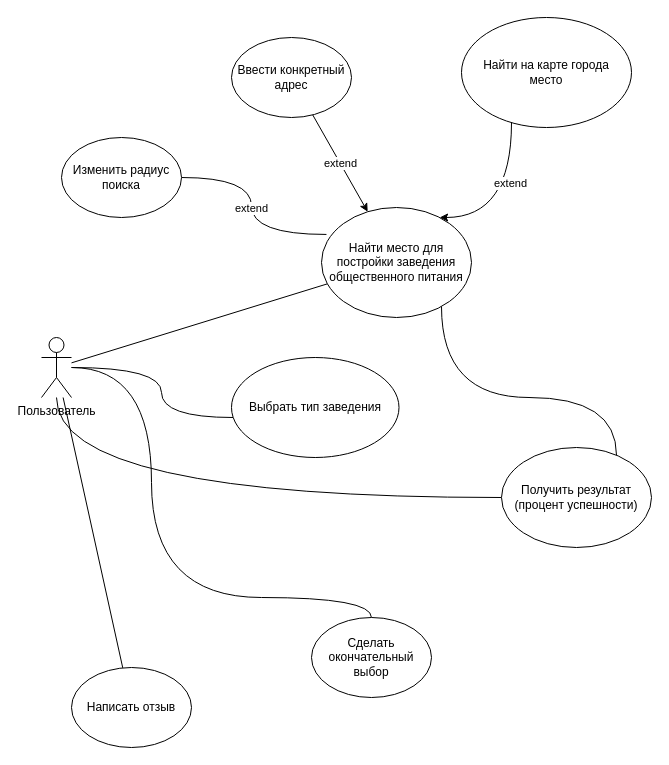
Above: use case.drawio in elmirhismatov/Diplom (draw.io), before the change. Source tidied: cells renumbered, new cells numbered last; positions are measured from the earlier drawing's top-left corner, leaving out a move shared by most shapes. Both pictures are drawn from the tidied source at 100%, with x=0, y=0 at pixel (41, 17).
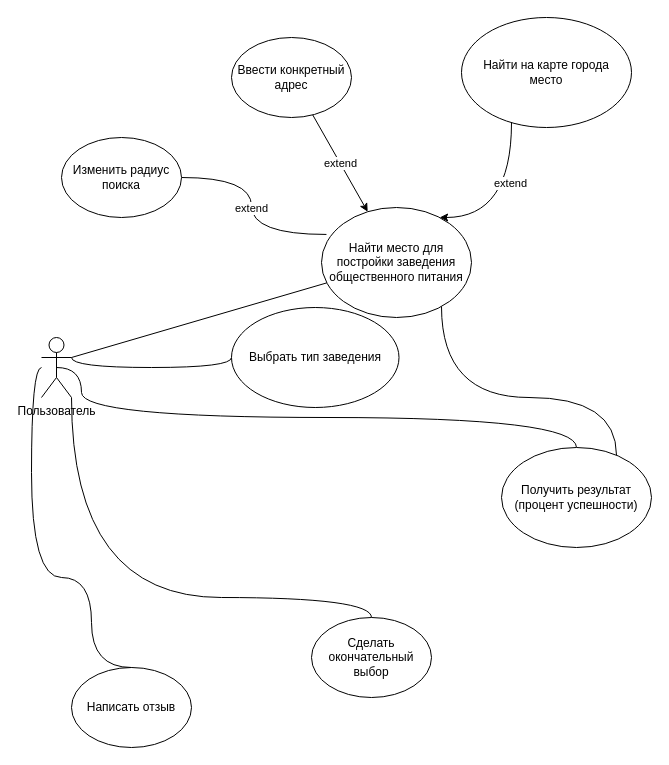
After the change.

The change refers to these unchanged cells:
```xml
<mxCell id="4" value="Пользователь" style="shape=umlActor;verticalLabelPosition=bottom;verticalAlign=top;html=1;outlineConnect=0;" parent="1" vertex="1">
  <mxGeometry y="320" width="30" height="60" as="geometry" />
</mxCell>
<mxCell id="9" value="Найти место для постройки заведения общественного питания" style="ellipse;whiteSpace=wrap;html=1;" parent="1" vertex="1">
  <mxGeometry x="280" y="190" width="150" height="110" as="geometry" />
</mxCell>
<mxCell id="14" value="Получить результат &lt;br&gt;(процент успешности)" style="ellipse;whiteSpace=wrap;html=1;" parent="1" vertex="1">
  <mxGeometry x="460" y="430" width="150" height="100" as="geometry" />
</mxCell>
<mxCell id="15" value="Сделать окончательный выбор" style="ellipse;whiteSpace=wrap;html=1;" parent="1" vertex="1">
  <mxGeometry x="270" y="600" width="120" height="80" as="geometry" />
</mxCell>
<mxCell id="17" value="Написать отзыв" style="ellipse;whiteSpace=wrap;html=1;" parent="1" vertex="1">
  <mxGeometry x="30" y="650" width="120" height="80" as="geometry" />
</mxCell>
```

Diff of the diagram source:
```diff
@@
-    <mxCell id="2" style="edgeStyle=orthogonalEdgeStyle;curved=1;rounded=0;jettySize=auto;html=1;endArrow=none;endFill=0;" parent="1" edge="1" source="4" target="6">
+    <mxCell id="2" style="edgeStyle=orthogonalEdgeStyle;curved=1;rounded=0;jettySize=auto;html=1;endArrow=none;endFill=0;entryX=0;entryY=0.5;entryDx=0;entryDy=0;" parent="1" edge="1" target="6">
       <mxGeometry relative="1" as="geometry">
+        <mxPoint x="30" y="340" as="sourcePoint" />
         <Array as="points">
-          <mxPoint x="120" y="350" />
-          <mxPoint x="120" y="400" />
+          <mxPoint x="190" y="350" />
         </Array>
       </mxGeometry>
     </mxCell>
-    <mxCell id="3" style="edgeStyle=orthogonalEdgeStyle;curved=1;rounded=0;jettySize=auto;html=1;endArrow=none;endFill=0;" parent="1" edge="1" source="4" target="15">
+    <mxCell id="3" style="edgeStyle=orthogonalEdgeStyle;curved=1;rounded=0;jettySize=auto;html=1;endArrow=none;endFill=0;exitX=1;exitY=1;exitDx=0;exitDy=0;exitPerimeter=0;" parent="1" edge="1" source="4" target="15">
       <mxGeometry relative="1" as="geometry">
         <Array as="points">
-          <mxPoint x="110" y="350" />
-          <mxPoint x="110" y="580" />
+          <mxPoint x="30" y="580" />
+          <mxPoint x="330" y="580" />
         </Array>
       </mxGeometry>
     </mxCell>
@@
     <mxCell id="6" value="Выбрать тип заведения" style="ellipse;whiteSpace=wrap;html=1;" parent="1" vertex="1">
-      <mxGeometry x="190" y="340" width="167.5" height="100" as="geometry" />
+      <mxGeometry x="190" y="290" width="167.5" height="100" as="geometry" />
     </mxCell>
@@
-    <mxCell id="13" style="edgeStyle=orthogonalEdgeStyle;curved=1;rounded=0;jettySize=auto;html=1;endArrow=none;endFill=0;" parent="1" edge="1" source="14" target="4">
-      <mxGeometry relative="1" as="geometry" />
+    <mxCell id="13" style="edgeStyle=orthogonalEdgeStyle;curved=1;rounded=0;jettySize=auto;html=1;endArrow=none;endFill=0;entryX=0.5;entryY=0.5;entryDx=0;entryDy=0;entryPerimeter=0;" parent="1" edge="1" source="14" target="4">
+      <mxGeometry relative="1" as="geometry">
+        <Array as="points">
+          <mxPoint x="535" y="400" />
+          <mxPoint x="40" y="400" />
+          <mxPoint x="40" y="350" />
+        </Array>
+      </mxGeometry>
     </mxCell>
@@
-    <mxCell id="16" style="endArrow=none;html=1;rounded=0;" parent="1" edge="1" source="4" target="9">
+    <mxCell id="16" style="endArrow=none;html=1;rounded=0;exitX=1;exitY=0.3333333333333333;exitDx=0;exitDy=0;exitPerimeter=0;" parent="1" edge="1" source="4" target="9">
       <mxGeometry relative="1" as="geometry" />
     </mxCell>
@@
-    <mxCell id="18" style="endArrow=none;html=1;rounded=0;endFill=0;" parent="1" edge="1" source="4" target="17">
-      <mxGeometry relative="1" as="geometry" />
+    <mxCell id="18" style="endArrow=none;html=1;rounded=0;endFill=0;edgeStyle=orthogonalEdgeStyle;curved=1;entryX=0.5;entryY=0;entryDx=0;entryDy=0;" parent="1" edge="1" source="4" target="17">
+      <mxGeometry relative="1" as="geometry">
+        <Array as="points">
+          <mxPoint x="-10" y="350" />
+          <mxPoint x="-10" y="560" />
+          <mxPoint x="50" y="560" />
+          <mxPoint x="50" y="650" />
+        </Array>
+      </mxGeometry>
     </mxCell>
```
